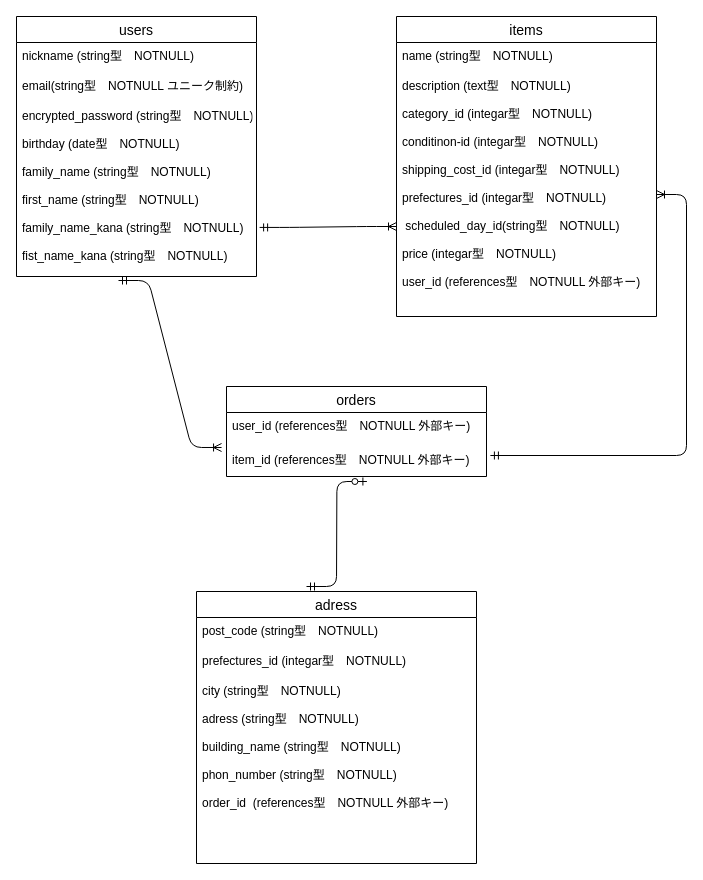
Before: furima.dio in FUJITASHOGO2190/furima-38244, a draw.io diagram. Source tidied: cells renumbered, new cells numbered last; positions are measured from the earlier drawing's top-left corner, leaving out a move shared by most shapes. Both pictures are drawn from the tidied source at 100%, with x=0, y=0 at pixel (16, 16).
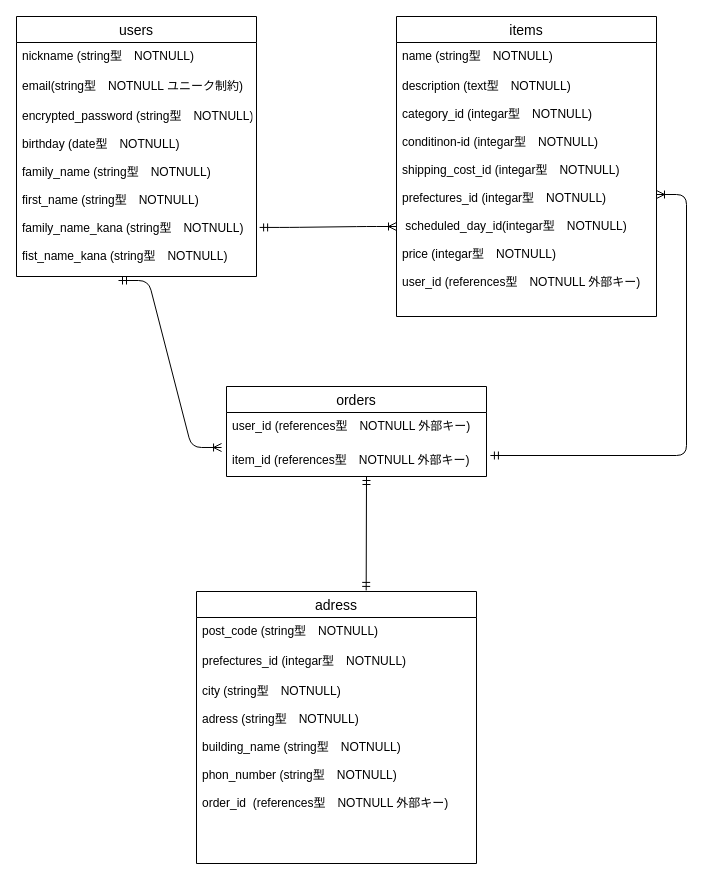
The same diagram, later.

Commit message:
データベース設計、修正５

Unchanged cells that the change refers to:
```xml
<mxCell id="6" value="items" style="swimlane;fontStyle=0;horizontal=1;startSize=26;align=center;fontSize=14;" parent="1" vertex="1">
  <mxGeometry x="380" width="260" height="300" as="geometry" />
</mxCell>
<mxCell id="11" value="item_id (references型　NOTNULL 外部キー)" style="text;strokeColor=none;fillColor=none;spacingLeft=4;spacingRight=4;overflow=hidden;points=[[0,0.5],[1,0.5]];portConstraint=eastwest;fontSize=12;" parent="9" vertex="1">
  <mxGeometry y="60" width="260" height="30" as="geometry" />
</mxCell>
<mxCell id="12" value="adress" style="swimlane;fontStyle=0;horizontal=1;startSize=26;align=center;fontSize=14;" parent="1" vertex="1">
  <mxGeometry x="180" y="575" width="280" height="272" as="geometry" />
</mxCell>
```

The edit, as a diff of the source:
```diff
@@
-    <mxCell id="8" value="description (text型　NOTNULL)&#10;&#10;category_id (integar型　NOTNULL)&#10;&#10;conditinon-id (integar型　NOTNULL)&#10;&#10;shipping_cost_id (integar型　NOTNULL)&#10;&#10;prefectures_id (integar型　NOTNULL)&#10;&#10; scheduled_day_id(string型　NOTNULL)&#10;&#10;price (integar型　NOTNULL)&#10;&#10;user_id (references型　NOTNULL 外部キー)&#10;" style="text;strokeColor=none;fillColor=none;spacingLeft=4;spacingRight=4;overflow=hidden;points=[[0,0.5],[1,0.5]];portConstraint=eastwest;fontSize=12;" parent="6" vertex="1">
+    <mxCell id="8" value="description (text型　NOTNULL)&#10;&#10;category_id (integar型　NOTNULL)&#10;&#10;conditinon-id (integar型　NOTNULL)&#10;&#10;shipping_cost_id (integar型　NOTNULL)&#10;&#10;prefectures_id (integar型　NOTNULL)&#10;&#10; scheduled_day_id(integar型　NOTNULL)&#10;&#10;price (integar型　NOTNULL)&#10;&#10;user_id (references型　NOTNULL 外部キー)&#10;" style="text;strokeColor=none;fillColor=none;spacingLeft=4;spacingRight=4;overflow=hidden;points=[[0,0.5],[1,0.5]];portConstraint=eastwest;fontSize=12;" parent="6" vertex="1">
       <mxGeometry y="56" width="260" height="244" as="geometry" />
     </mxCell>
@@
-    <mxCell id="19" style="edgeStyle=entityRelationEdgeStyle;fontSize=12;html=1;endArrow=ERzeroToOne;startArrow=ERmandOne;entryX=0.54;entryY=1.167;entryDx=0;entryDy=0;entryPerimeter=0;" parent="1" edge="1" target="11">
+    <mxCell id="19" style="fontSize=12;html=1;endArrow=ERmandOne;startArrow=ERmandOne;exitX=0.606;exitY=-0.004;exitDx=0;exitDy=0;exitPerimeter=0;" parent="1" edge="1" source="12">
       <mxGeometry relative="1" as="geometry">
-        <mxPoint x="290" y="570" as="sourcePoint" />
+        <mxPoint x="350" y="460" as="targetPoint" />
       </mxGeometry>
     </mxCell>
```
